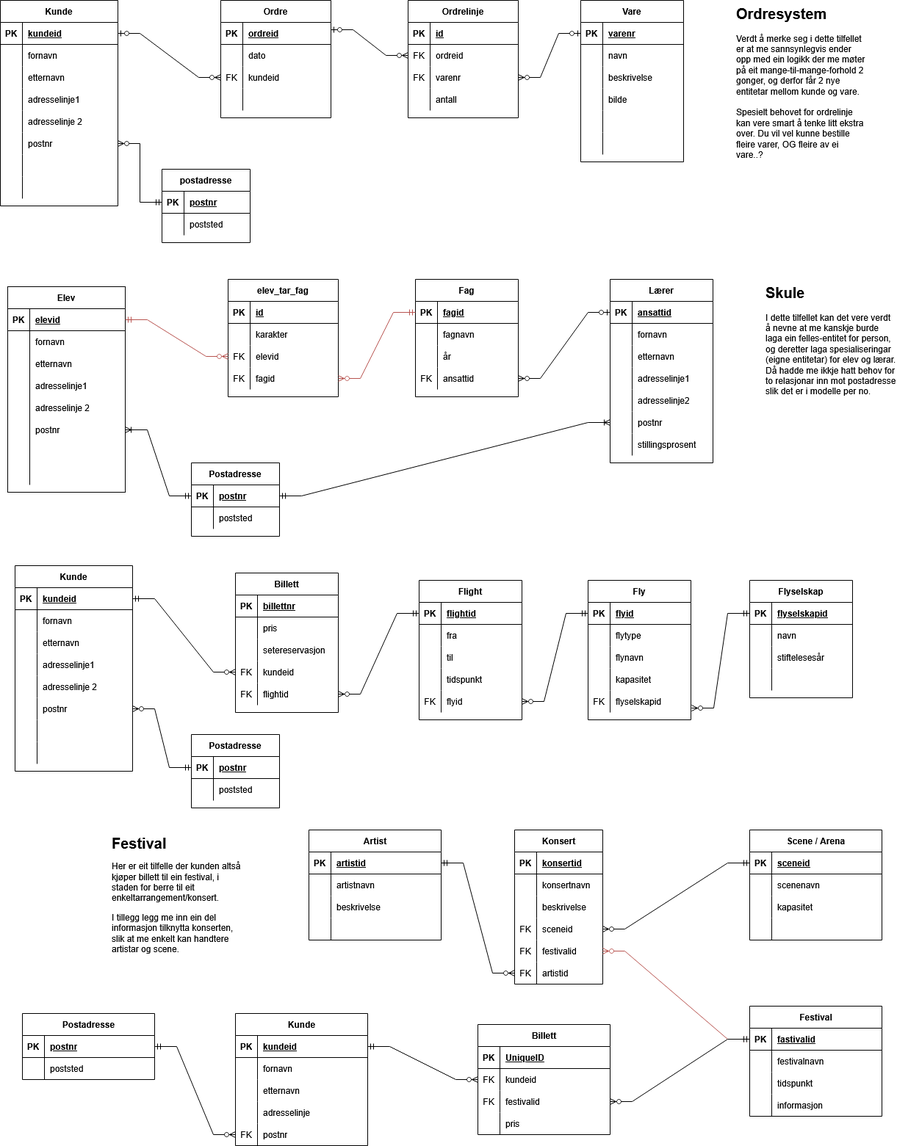
This is eksempel/databaser/ordrer-fag-fly-festival.drawio.png from LilleAila/it1-oppgavesamling, a draw.io export, as it was before one commit. Source tidied: cells renumbered, new cells last; positions are measured from the earlier drawing's top-left corner, leaving out a move shared by most shapes.
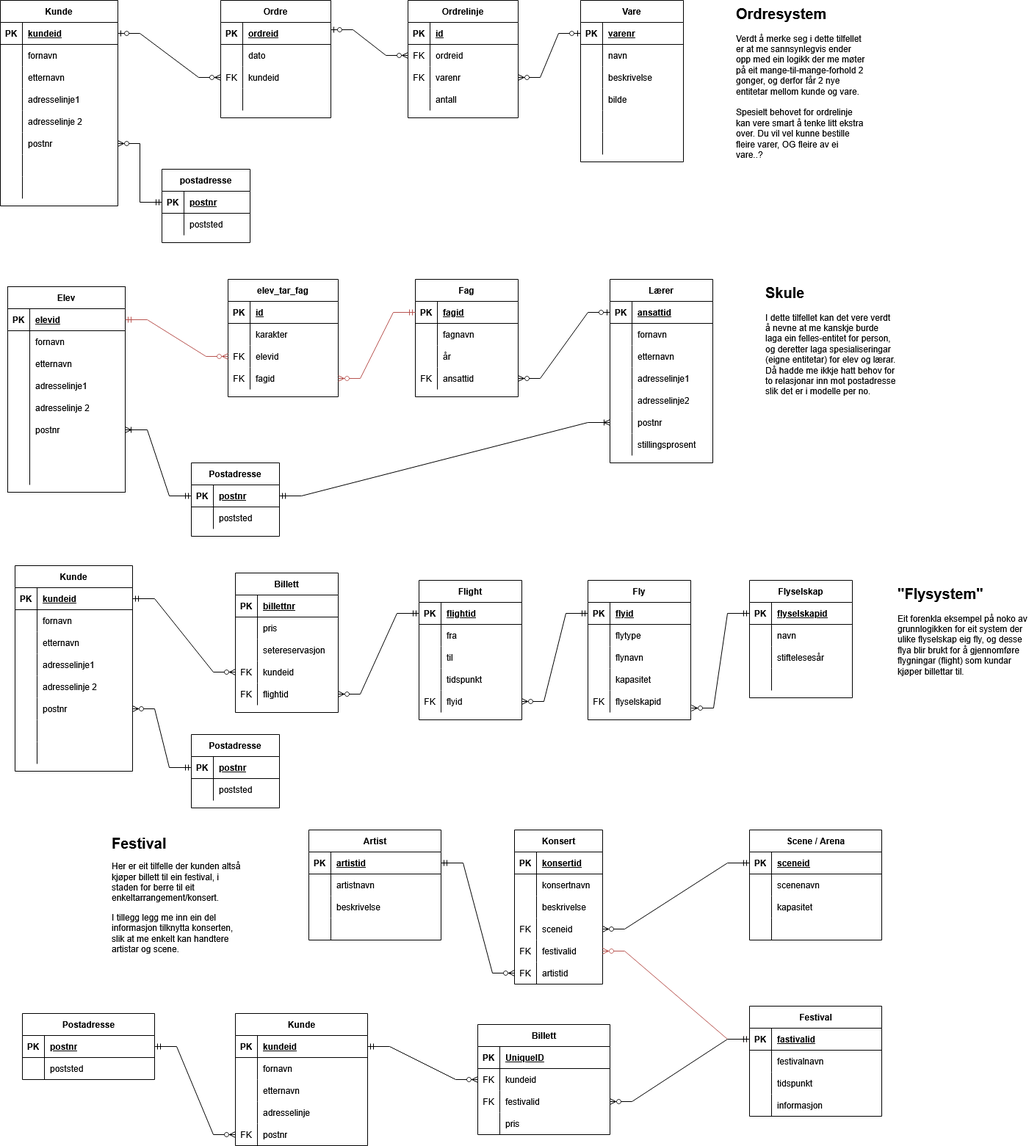
The same diagram one commit later.

Commit message:
La til litt info om "flysystemet" og

The edit, as a diff of the source:
```diff
@@ -1103,5 +1103,8 @@
     <mxCell id="368" value="&lt;div&gt;&lt;font style=&quot;font-size: 20px;&quot;&gt;&lt;b&gt;Ordresystem&lt;/b&gt;&lt;/font&gt;&lt;/div&gt;&lt;div&gt;&lt;br&gt;&lt;/div&gt;&lt;div&gt;Verdt å merke seg i dette tilfellet er at me sannsynlegvis ender opp med ein logikk der me møter på eit mange-til-mange-forhold 2 gonger, og derfor får 2 nye entitetar mellom kunde og vare.&lt;/div&gt;&lt;div&gt;&lt;br&gt;&lt;/div&gt;&lt;div&gt;Spesielt behovet for ordrelinje kan vere smart å tenke litt ekstra over. Du vil vel kunne bestille fleire varer, OG fleire av ei vare..?&lt;/div&gt;" style="text;html=1;whiteSpace=wrap;overflow=hidden;rounded=0;" parent="1" vertex="1">
       <mxGeometry x="1000" width="180" height="220" as="geometry" />
     </mxCell>
+    <mxCell id="369" value="&lt;div&gt;&lt;font style=&quot;font-size: 20px;&quot;&gt;&lt;b&gt;&quot;Flysystem&quot;&lt;/b&gt;&lt;/font&gt;&lt;/div&gt;&lt;div&gt;&lt;br&gt;&lt;/div&gt;&lt;div&gt;Eit forenkla eksempel på noko av grunnlogikken for eit system der ulike flyselskap eig fly, og desse flya blir brukt for å gjennomføre flygningar (flight) som kundar kjøper billettar til.&lt;/div&gt;" style="text;html=1;whiteSpace=wrap;overflow=hidden;rounded=0;" parent="1" vertex="1">
+      <mxGeometry x="1220" y="790" width="180" height="220" as="geometry" />
+    </mxCell>
   </root>
 </mxGraphModel>
```
